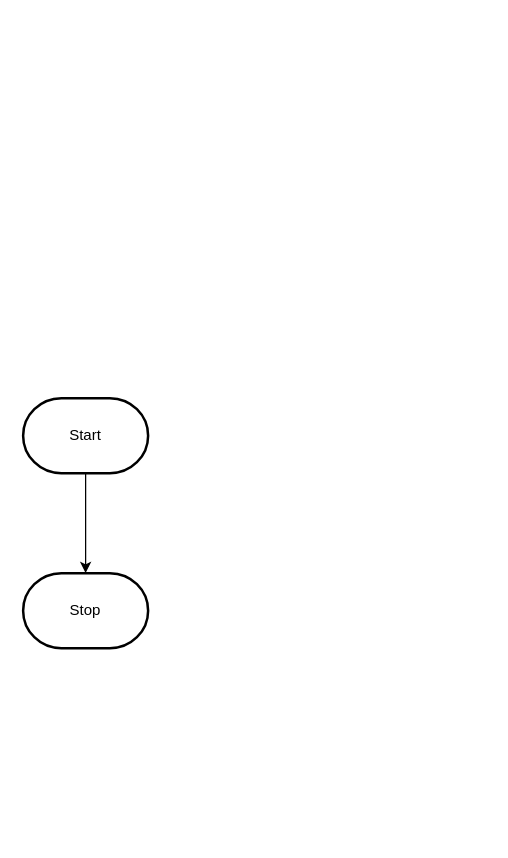
This is design/flowchart.drawio from MTHS-ICD2O-1-2023/ICD2O-Unit-5-01-giordan-zeina, a draw.io file, before an edit. Source tidied: cells renumbered, new cells numbered last; positions are measured from the earlier drawing's top-left corner, leaving out a move shared by most shapes. Both pictures are drawn from the tidied source at 125%, with x=0, y=0 at pixel (22, 398).
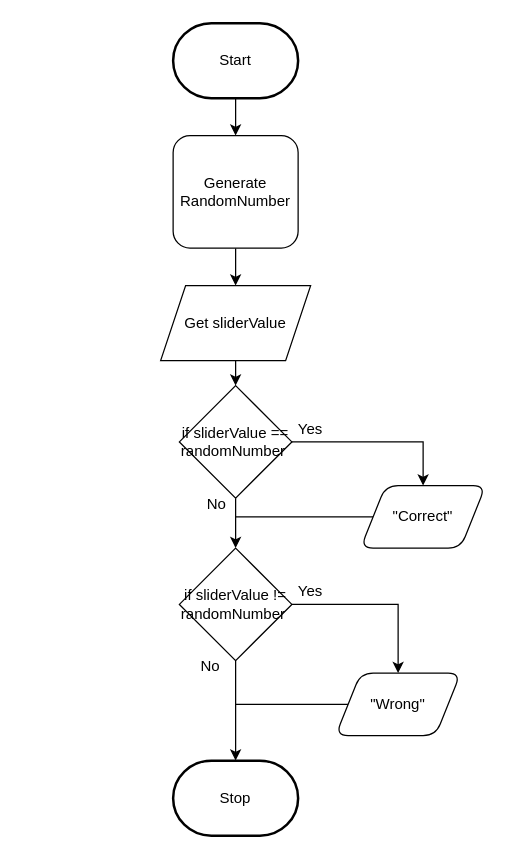
The same diagram, later.

Diff of the diagram source:
```diff
@@
-    <mxCell id="2" style="edgeStyle=orthogonalEdgeStyle;html=1;rounded=0;" parent="1" edge="1" source="3" target="4">
-      <mxGeometry relative="1" as="geometry" />
-    </mxCell>
+    <mxCell id="5" style="edgeStyle=none;html=1;" parent="1" edge="1" source="3" target="7">
+      <mxGeometry relative="1" as="geometry" />
+    </mxCell>
     <mxCell id="3" value="Start" style="strokeWidth=2;html=1;shape=mxgraph.flowchart.terminator;whiteSpace=wrap;" parent="1" vertex="1">
-      <mxGeometry width="100" height="60" as="geometry" />
+      <mxGeometry x="120" y="-300" width="100" height="60" as="geometry" />
     </mxCell>
     <mxCell id="4" value="Stop" style="strokeWidth=2;html=1;shape=mxgraph.flowchart.terminator;whiteSpace=wrap;" parent="1" vertex="1">
-      <mxGeometry y="140" width="100" height="60" as="geometry" />
+      <mxGeometry x="120" y="290" width="100" height="60" as="geometry" />
     </mxCell>
+    <mxCell id="6" style="edgeStyle=none;html=1;" parent="1" edge="1" source="7" target="9">
+      <mxGeometry relative="1" as="geometry" />
+    </mxCell>
+    <mxCell id="7" value="Generate RandomNumber" style="rounded=1;whiteSpace=wrap;html=1;" parent="1" vertex="1">
+      <mxGeometry x="120" y="-210" width="100" height="90" as="geometry" />
+    </mxCell>
+    <mxCell id="8" style="edgeStyle=none;html=1;" parent="1" edge="1" source="9" target="12">
+      <mxGeometry relative="1" as="geometry" />
+    </mxCell>
+    <mxCell id="9" value="Get sliderValue" style="shape=parallelogram;perimeter=parallelogramPerimeter;whiteSpace=wrap;html=1;fixedSize=1;" parent="1" vertex="1">
+      <mxGeometry x="110" y="-90" width="120" height="60" as="geometry" />
+    </mxCell>
+    <mxCell id="10" style="edgeStyle=orthogonalEdgeStyle;html=1;entryX=0.5;entryY=0;entryDx=0;entryDy=0;rounded=0;" parent="1" edge="1" source="12" target="14">
+      <mxGeometry relative="1" as="geometry" />
+    </mxCell>
+    <mxCell id="11" style="edgeStyle=orthogonalEdgeStyle;rounded=0;html=1;" parent="1" edge="1" source="12" target="17">
+      <mxGeometry relative="1" as="geometry" />
+    </mxCell>
+    <mxCell id="12" value="if sliderValue == randomNumber&amp;nbsp;" style="rhombus;whiteSpace=wrap;html=1;" parent="1" vertex="1">
+      <mxGeometry x="125" y="-10" width="90" height="90" as="geometry" />
+    </mxCell>
+    <mxCell id="13" style="edgeStyle=orthogonalEdgeStyle;rounded=0;html=1;endArrow=none;endFill=0;" parent="1" edge="1" source="14">
+      <mxGeometry relative="1" as="geometry">
+        <mxPoint x="170" y="95" as="targetPoint" />
+      </mxGeometry>
+    </mxCell>
+    <mxCell id="14" value="&quot;Correct&quot;" style="shape=parallelogram;perimeter=parallelogramPerimeter;whiteSpace=wrap;html=1;fixedSize=1;rounded=1;" parent="1" vertex="1">
+      <mxGeometry x="270" y="70" width="100" height="50" as="geometry" />
+    </mxCell>
+    <mxCell id="15" style="edgeStyle=orthogonalEdgeStyle;rounded=0;html=1;endArrow=classic;endFill=1;" parent="1" edge="1" source="17" target="4">
+      <mxGeometry relative="1" as="geometry" />
+    </mxCell>
+    <mxCell id="16" style="edgeStyle=orthogonalEdgeStyle;rounded=0;html=1;entryX=0.5;entryY=0;entryDx=0;entryDy=0;endArrow=classic;endFill=1;" parent="1" edge="1" source="17" target="19">
+      <mxGeometry relative="1" as="geometry" />
+    </mxCell>
+    <mxCell id="17" value="if sliderValue != randomNumber&amp;nbsp;" style="rhombus;whiteSpace=wrap;html=1;" parent="1" vertex="1">
+      <mxGeometry x="125" y="120" width="90" height="90" as="geometry" />
+    </mxCell>
+    <mxCell id="18" style="edgeStyle=orthogonalEdgeStyle;rounded=0;html=1;startArrow=none;startFill=0;endArrow=none;endFill=0;" parent="1" edge="1" source="19">
+      <mxGeometry relative="1" as="geometry">
+        <mxPoint x="170" y="245" as="targetPoint" />
+      </mxGeometry>
+    </mxCell>
+    <mxCell id="19" value="&quot;Wrong&quot;" style="shape=parallelogram;perimeter=parallelogramPerimeter;whiteSpace=wrap;html=1;fixedSize=1;rounded=1;" parent="1" vertex="1">
+      <mxGeometry x="250" y="220" width="100" height="50" as="geometry" />
+    </mxCell>
+    <mxCell id="20" value="Yes" style="text;html=1;strokeColor=none;fillColor=none;align=center;verticalAlign=middle;whiteSpace=wrap;rounded=0;" parent="1" vertex="1">
+      <mxGeometry x="200" y="10" width="60" height="30" as="geometry" />
+    </mxCell>
+    <mxCell id="21" value="No" style="text;html=1;strokeColor=none;fillColor=none;align=center;verticalAlign=middle;whiteSpace=wrap;rounded=0;" parent="1" vertex="1">
+      <mxGeometry x="125" y="70" width="60" height="30" as="geometry" />
+    </mxCell>
+    <mxCell id="22" value="No" style="text;html=1;strokeColor=none;fillColor=none;align=center;verticalAlign=middle;whiteSpace=wrap;rounded=0;" parent="1" vertex="1">
+      <mxGeometry x="120" y="200" width="60" height="30" as="geometry" />
+    </mxCell>
+    <mxCell id="23" value="Yes" style="text;html=1;strokeColor=none;fillColor=none;align=center;verticalAlign=middle;whiteSpace=wrap;rounded=0;" parent="1" vertex="1">
+      <mxGeometry x="200" y="140" width="60" height="30" as="geometry" />
+    </mxCell>
```
